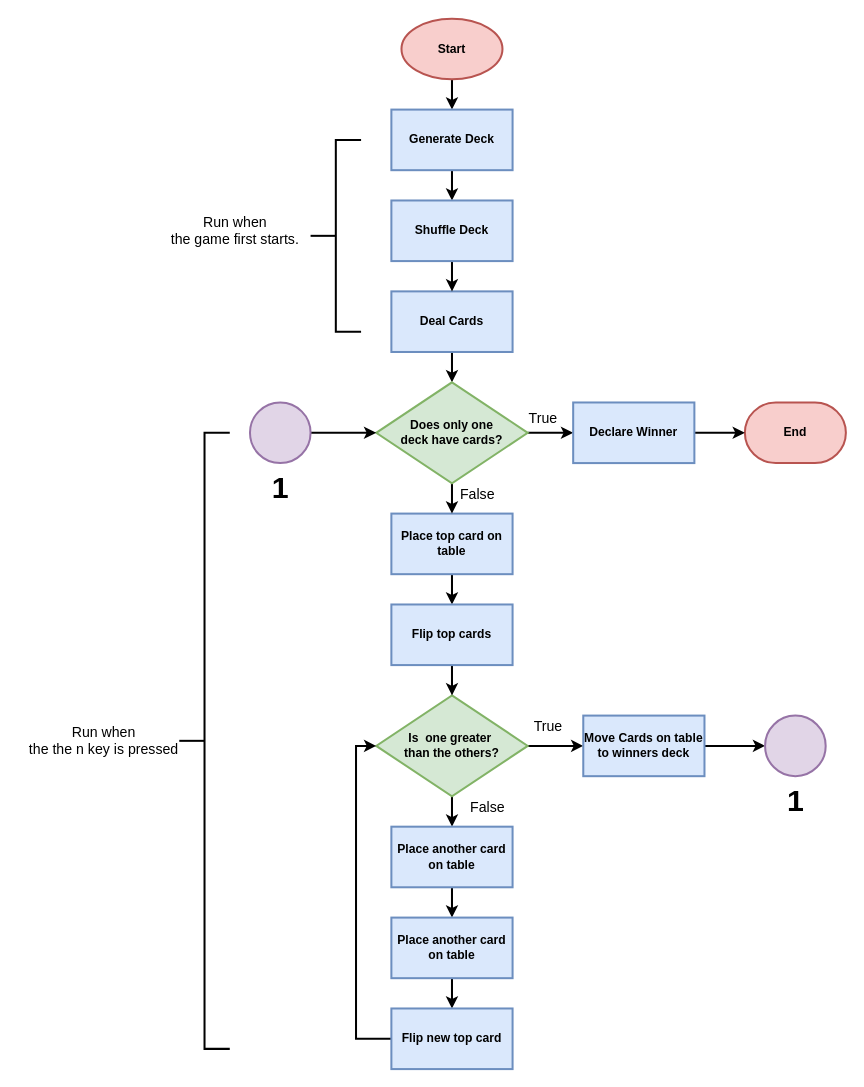
Before: page "GameLoop" (2 of 2) of Diagrams/src/UML.drawio in craveiroa/GameOfWar, a draw.io diagram. Source tidied: cells renumbered, new cells numbered last; positions are measured from the earlier drawing's top-left corner, leaving out a move shared by most shapes. Both pictures are drawn from the tidied source at 101%, with x=0, y=0 at pixel (17, 18).
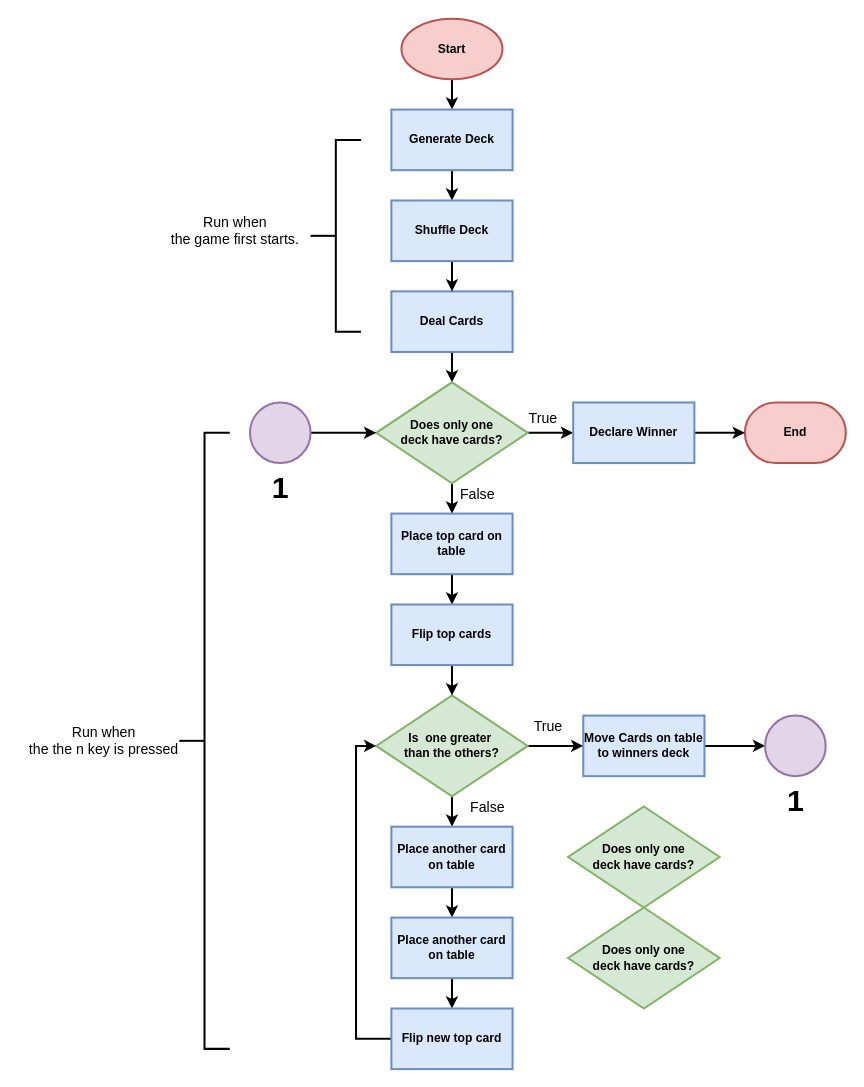
Above is the later version.

The edit, as a diff of the source:
```diff
@@
+    <mxCell id="42" value="&lt;b&gt;Does only one &lt;br&gt;deck have cards?&lt;br&gt;&lt;/b&gt;" style="strokeWidth=2;html=1;shape=mxgraph.flowchart.decision;whiteSpace=wrap;fillColor=#d5e8d4;strokeColor=#82b366;" parent="1" vertex="1">
+      <mxGeometry x="545" y="780" width="150" height="100" as="geometry" />
+    </mxCell>
+    <mxCell id="43" value="&lt;b&gt;Does only one &lt;br&gt;deck have cards?&lt;br&gt;&lt;/b&gt;" style="strokeWidth=2;html=1;shape=mxgraph.flowchart.decision;whiteSpace=wrap;fillColor=#d5e8d4;strokeColor=#82b366;" parent="1" vertex="1">
+      <mxGeometry x="545" y="880" width="150" height="100" as="geometry" />
+    </mxCell>
```
